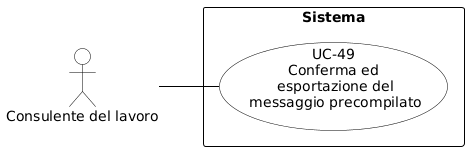
This is RTB/Analisi dei Requisiti/diagrammi_use_case/UC-49.png from aLittleByte-19/Documentazione, a PlantUML export, as it was before one commit.
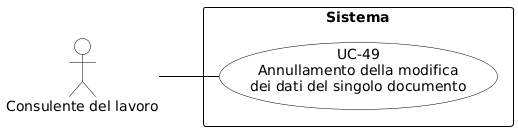
Later version of the same file.

Change to the diagram source:
```diff
@@ -2,8 +2,6 @@
 skinparam shadowing false
 skinparam defaultFontName Arial
 left to right direction
-skinparam nodesep 20
-skinparam ranksep 60
 
 skinparam usecase {
     BackgroundColor white
@@ -19,12 +17,11 @@
     FontStyle bold
 }
 
-actor "Consulente del lavoro" as CL
+actor "Consulente del lavoro" as cdl
 
 rectangle "Sistema" {
-    usecase "UC-49\nConferma ed\n esportazione del\n messaggio precompilato" as UC49
-
+    usecase "UC-49\nAnnullamento della modifica\ndei dati del singolo documento" as UC49
 }
 
-CL -- UC49
+cdl -- UC49
 @enduml
```
